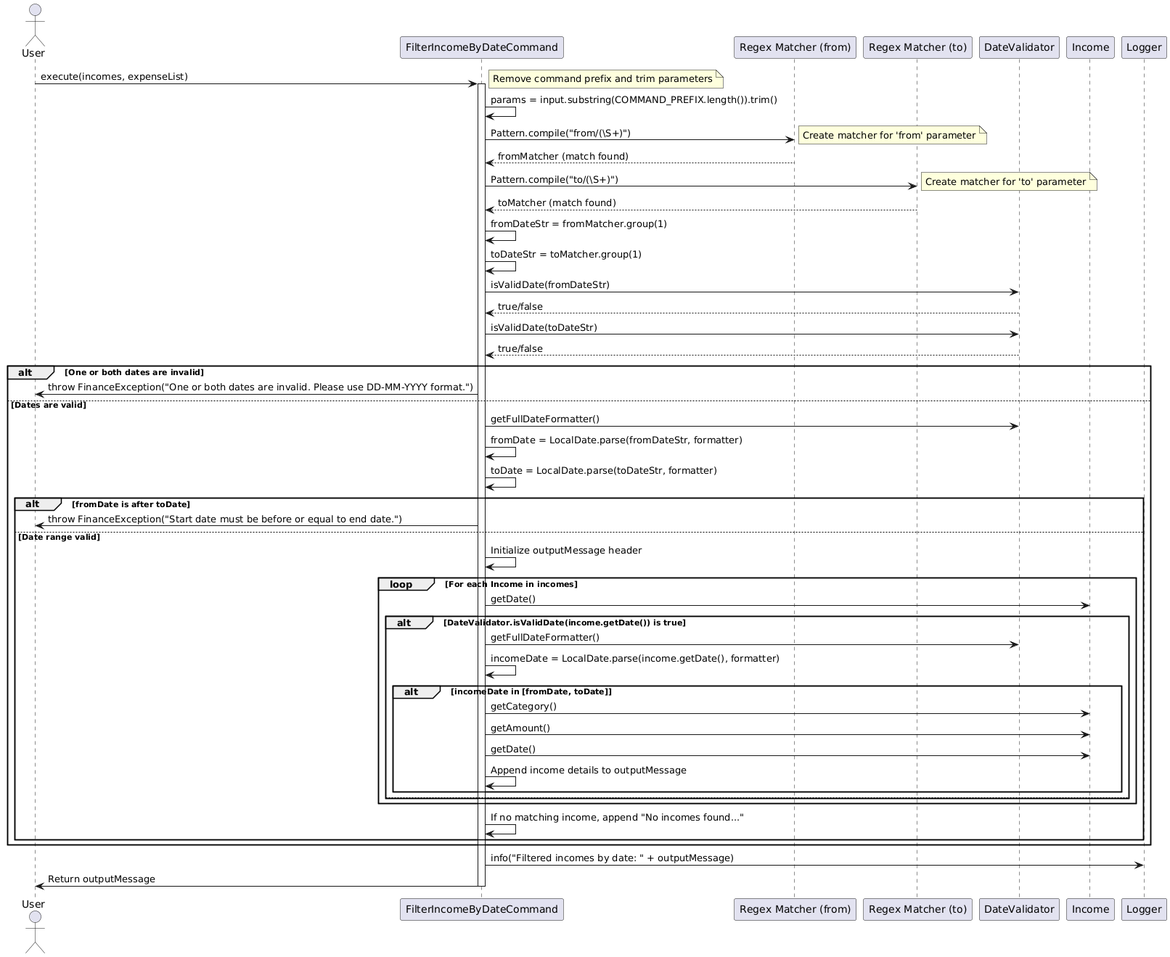
thienkimtranhoang/tp keeps this PlantUML diagram as docs/diagrams/FilterIncomeByDateCommandSequence.png. Above is the earlier version.
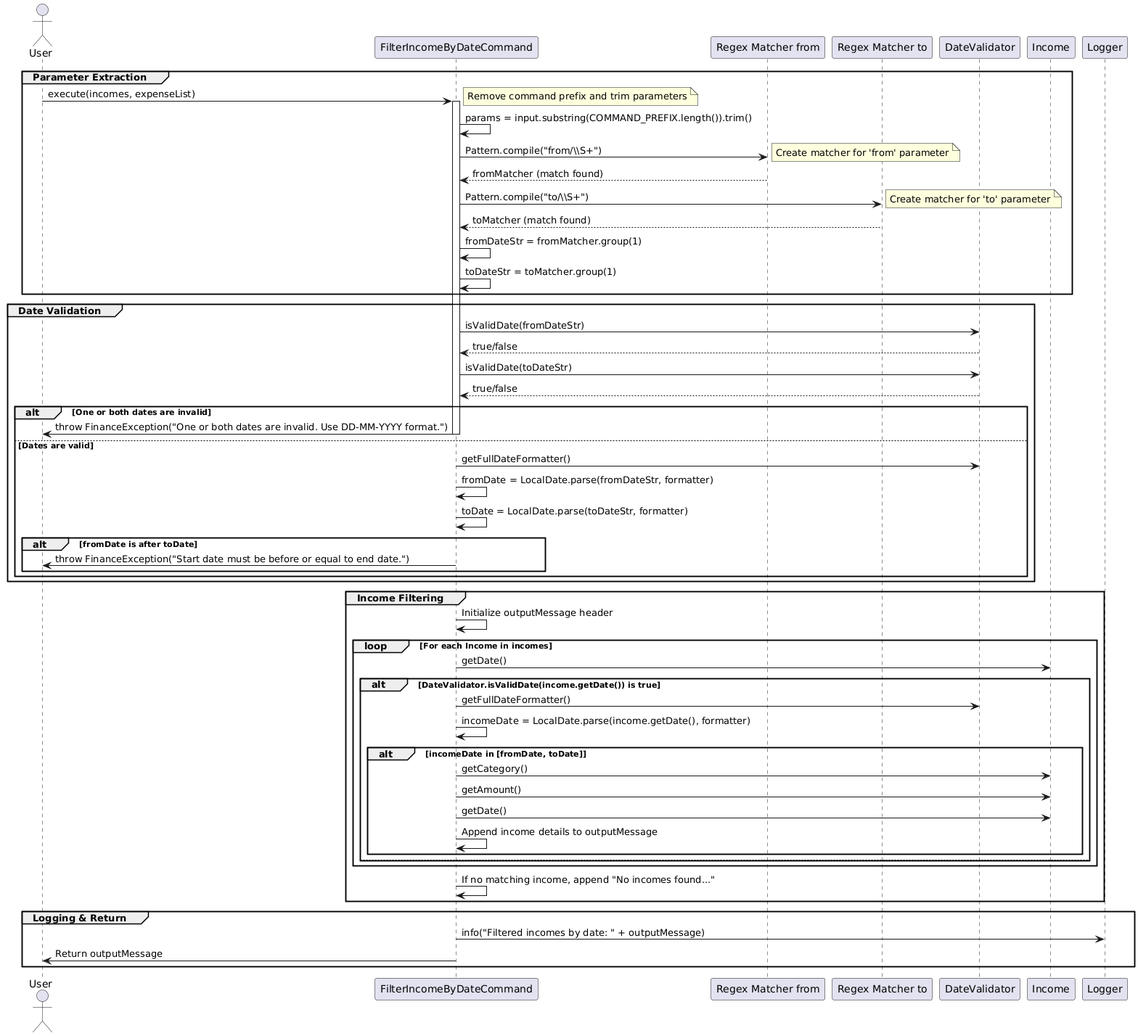
The same file after the commit.

The edit, as a diff of the source:
```diff
@@ -1,61 +1,73 @@
 @startuml
 actor User
 participant "FilterIncomeByDateCommand" as Command
-participant "Regex Matcher (from)" as MatcherFrom
-participant "Regex Matcher (to)" as MatcherTo
+participant "Regex Matcher from" as MatcherFrom
+participant "Regex Matcher to" as MatcherTo
 participant "DateValidator" as DV
 participant "Income" as Income
 participant "Logger" as Logger
 
-User -> Command: execute(incomes, expenseList)
-activate Command
-note right: Remove command prefix and trim parameters
-Command -> Command: params = input.substring(COMMAND_PREFIX.length()).trim()
+group Parameter Extraction
+    User -> Command: execute(incomes, expenseList)
+    activate Command
+    note right: Remove command prefix and trim parameters
+    Command -> Command: params = input.substring(COMMAND_PREFIX.length()).trim()
 
-Command -> MatcherFrom: Pattern.compile("from/(\\S+)")
-note right: Create matcher for 'from' parameter
-MatcherFrom --> Command: fromMatcher (match found)
-Command -> MatcherTo: Pattern.compile("to/(\\S+)")
-note right: Create matcher for 'to' parameter
-MatcherTo --> Command: toMatcher (match found)
+    Command -> MatcherFrom: Pattern.compile("from/\\\\S+")
+    note right: Create matcher for 'from' parameter
+    MatcherFrom --> Command: fromMatcher (match found)
 
-Command -> Command: fromDateStr = fromMatcher.group(1)
-Command -> Command: toDateStr = toMatcher.group(1)
+    Command -> MatcherTo: Pattern.compile("to/\\\\S+")
+    note right: Create matcher for 'to' parameter
+    MatcherTo --> Command: toMatcher (match found)
 
-Command -> DV: isValidDate(fromDateStr)
-DV --> Command: true/false
-Command -> DV: isValidDate(toDateStr)
-DV --> Command: true/false
+    Command -> Command: fromDateStr = fromMatcher.group(1)
+    Command -> Command: toDateStr = toMatcher.group(1)
+end
 
-alt One or both dates are invalid
-    Command -> User: throw FinanceException("One or both dates are invalid. Please use DD-MM-YYYY format.")
-else Dates are valid
-    Command -> DV: getFullDateFormatter()
-    Command -> Command: fromDate = LocalDate.parse(fromDateStr, formatter)
-    Command -> Command: toDate = LocalDate.parse(toDateStr, formatter)
-    alt fromDate is after toDate
-        Command -> User: throw FinanceException("Start date must be before or equal to end date.")
-    else Date range valid
-        Command -> Command: Initialize outputMessage header
-        loop For each Income in incomes
-            Command -> Income: getDate()
-            alt DateValidator.isValidDate(income.getDate()) is true
-                Command -> DV: getFullDateFormatter()
-                Command -> Command: incomeDate = LocalDate.parse(income.getDate(), formatter)
-                alt incomeDate in [fromDate, toDate]
-                    Command -> Income: getCategory()
-                    Command -> Income: getAmount()
-                    Command -> Income: getDate()
-                    Command -> Command: Append income details to outputMessage
-                end
-            else
-                note right: Skip invalid date income
-            end
+group Date Validation
+    Command -> DV: isValidDate(fromDateStr)
+    DV --> Command: true/false
+    Command -> DV: isValidDate(toDateStr)
+    DV --> Command: true/false
+
+    alt One or both dates are invalid
+        Command -> User: throw FinanceException("One or both dates are invalid. Use DD-MM-YYYY format.")
+        deactivate Command
+    else Dates are valid
+        Command -> DV: getFullDateFormatter()
+        Command -> Command: fromDate = LocalDate.parse(fromDateStr, formatter)
+        Command -> Command: toDate = LocalDate.parse(toDateStr, formatter)
+        alt fromDate is after toDate
+            Command -> User: throw FinanceException("Start date must be before or equal to end date.")
+            deactivate Command
         end
-        Command -> Command: If no matching income, append "No incomes found..."
     end
 end
-Command -> Logger: info("Filtered incomes by date: " + outputMessage)
-Command -> User: Return outputMessage
-deactivate Command
+
+group Income Filtering
+    Command -> Command: Initialize outputMessage header
+    loop For each Income in incomes
+        Command -> Income: getDate()
+        alt DateValidator.isValidDate(income.getDate()) is true
+            Command -> DV: getFullDateFormatter()
+            Command -> Command: incomeDate = LocalDate.parse(income.getDate(), formatter)
+            alt incomeDate in [fromDate, toDate]
+                Command -> Income: getCategory()
+                Command -> Income: getAmount()
+                Command -> Income: getDate()
+                Command -> Command: Append income details to outputMessage
+            end
+        else
+            note right: Skip invalid date income
+        end
+    end
+    Command -> Command: If no matching income, append "No incomes found..."
+end
+
+group Logging & Return
+    Command -> Logger: info("Filtered incomes by date: " + outputMessage)
+    Command -> User: Return outputMessage
+    deactivate Command
+end
 @enduml
```
